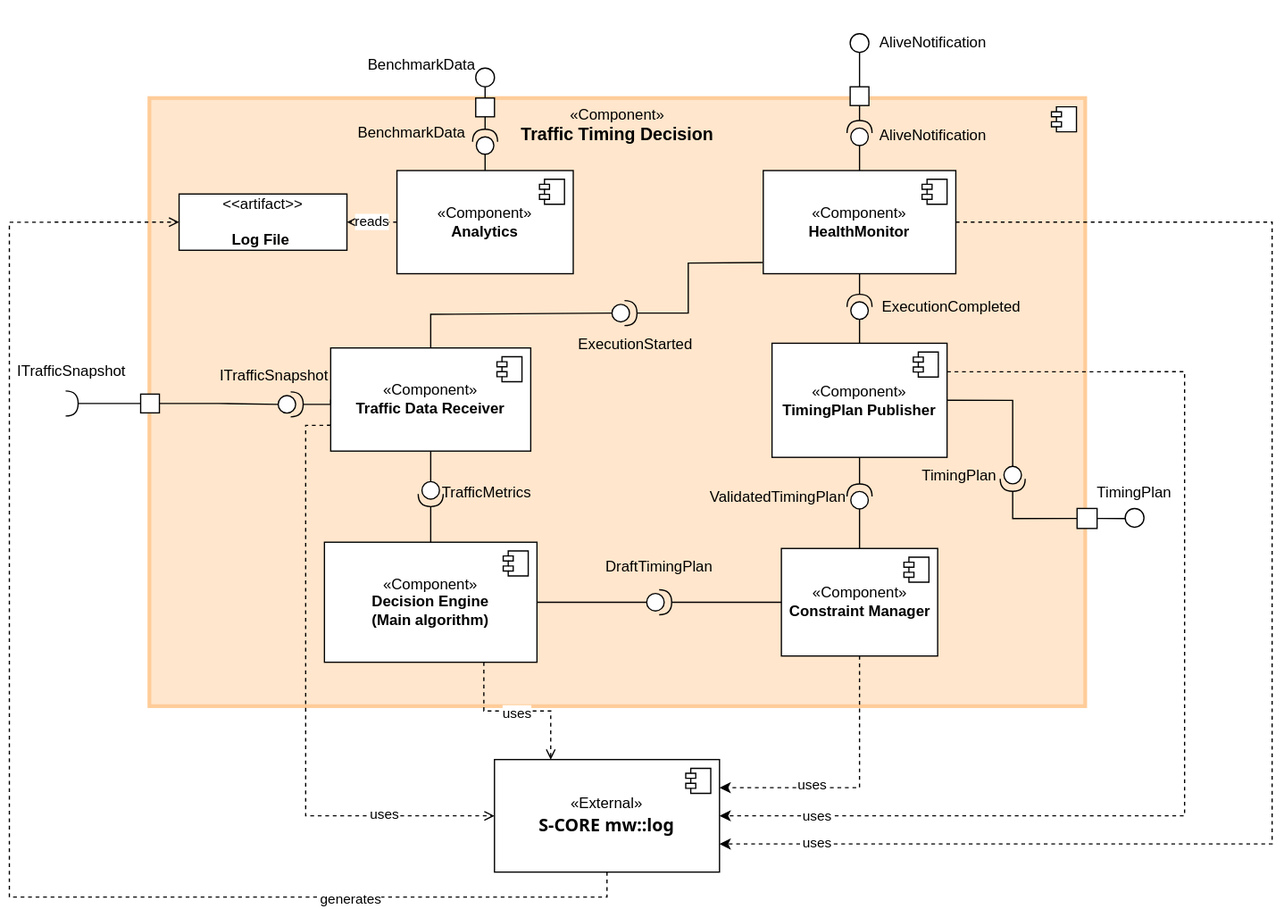
Above: docs/04_design/Component Diagrams/Traffic Timing Decision-Page-2.drawio.svg in PhamTranDucHanh/adaptive_traffic_light (draw.io), before the change. Source tidied: cells renumbered, new cells last; positions are measured from the earlier drawing's top-left corner, leaving out a move shared by most shapes.
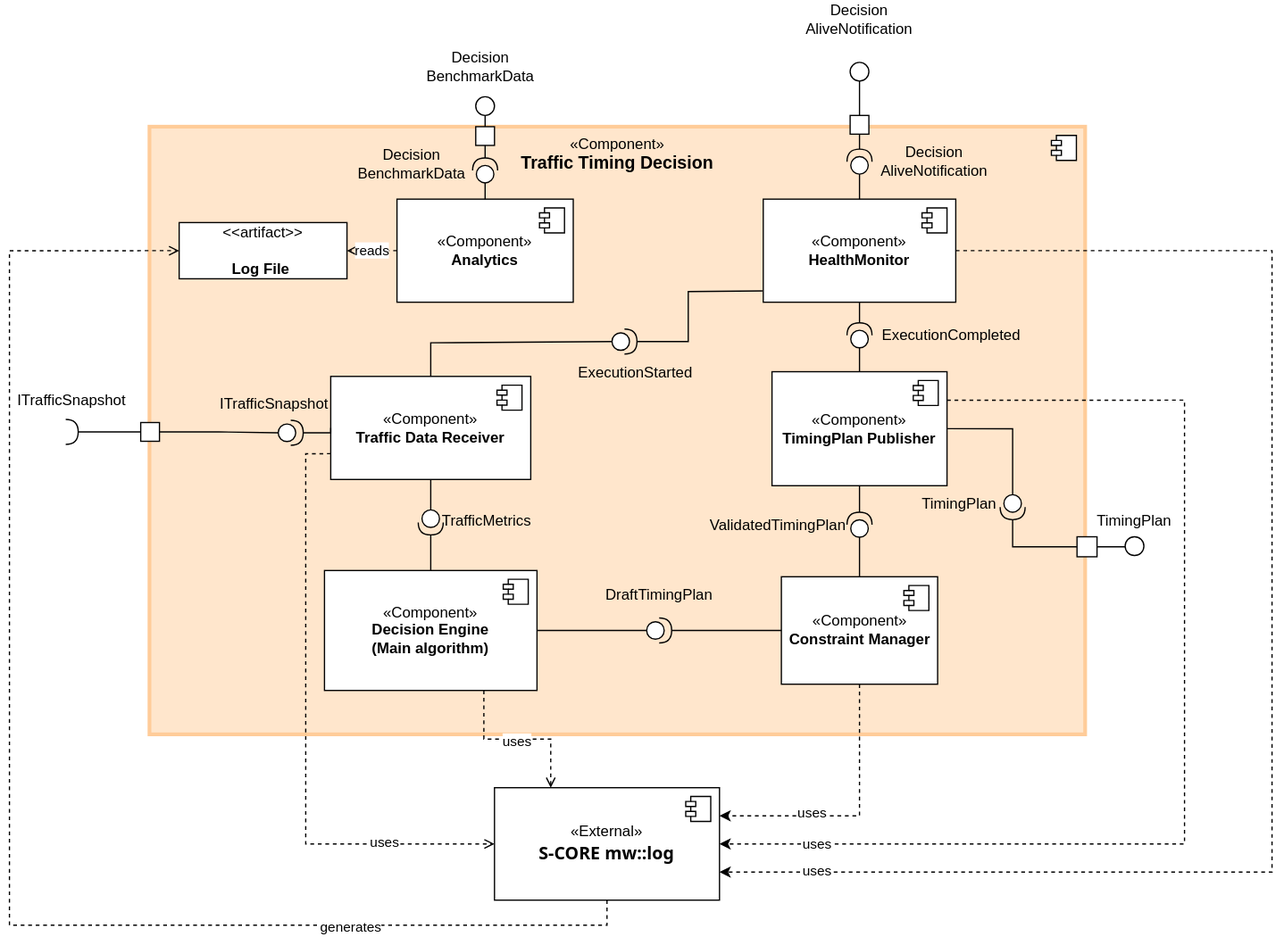
Above is the later version.

Diff of the diagram source:
```diff
@@ -164,9 +164,6 @@
     <mxCell id="50" style="group;rotation=-1;" parent="1" vertex="1">
       <mxGeometry x="677" y="17.9" width="103" height="31" as="geometry" />
     </mxCell>
-    <mxCell id="51" value="&lt;span style=&quot;white-space: nowrap;&quot;&gt;AliveNotification&lt;/span&gt;" style="text;html=1;whiteSpace=wrap;strokeColor=none;fillColor=none;align=center;verticalAlign=middle;rounded=0;" parent="50" vertex="1">
-      <mxGeometry x="32" y="1" width="60" height="30" as="geometry" />
-    </mxCell>
     <mxCell id="52" style="group;" parent="50" vertex="1">
       <mxGeometry x="-19" y="-18" width="60" height="42.5" as="geometry" />
     </mxCell>
@@ -266,8 +263,8 @@
     <mxCell id="78" style="endArrow=none;html=1;rounded=0;exitX=0.5;exitY=0;exitDx=0;exitDy=0;entryX=0;entryY=0.5;entryDx=0;entryDy=0;entryPerimeter=0;" parent="1" edge="1" source="57" target="65">
       <mxGeometry relative="1" as="geometry" />
     </mxCell>
-    <mxCell id="79" value="&lt;span style=&quot;white-space: nowrap;&quot;&gt;AliveNotification&lt;/span&gt;" style="text;html=1;whiteSpace=wrap;strokeColor=none;fillColor=none;align=center;verticalAlign=middle;rounded=0;" parent="1" vertex="1">
-      <mxGeometry x="709" y="92.9" width="60" height="30" as="geometry" />
+    <mxCell id="79" value="&lt;span style=&quot;white-space: nowrap;&quot;&gt;Decision&lt;/span&gt;&lt;div&gt;&lt;span style=&quot;white-space: nowrap;&quot;&gt;AliveNotification&lt;/span&gt;&lt;/div&gt;" style="text;html=1;whiteSpace=wrap;strokeColor=none;fillColor=none;align=center;verticalAlign=middle;rounded=0;" parent="1" vertex="1">
+      <mxGeometry x="710" y="90.9" width="60" height="30" as="geometry" />
     </mxCell>
     <mxCell id="80" style="shape=providedRequiredInterface;html=1;verticalLabelPosition=bottom;sketch=0;rotation=-90;" parent="1" vertex="1">
       <mxGeometry x="370.5" y="102.9" width="20" height="20" as="geometry" />
@@ -287,12 +284,9 @@
     <mxCell id="85" style="fontStyle=0;labelPosition=right;verticalLabelPosition=middle;align=left;verticalAlign=middle;spacingLeft=2;" parent="1" vertex="1">
       <mxGeometry x="373" y="77.9" width="15" height="15" as="geometry" />
     </mxCell>
-    <mxCell id="86" value="BenchmarkData" style="text;html=1;whiteSpace=wrap;strokeColor=none;fillColor=none;align=center;verticalAlign=middle;rounded=0;" parent="1" vertex="1">
-      <mxGeometry x="300" y="37" width="60" height="30" as="geometry" />
+    <mxCell id="86" value="Decision&lt;div&gt;BenchmarkData&lt;/div&gt;" style="text;html=1;whiteSpace=wrap;strokeColor=none;fillColor=none;align=center;verticalAlign=middle;rounded=0;" parent="1" vertex="1">
+      <mxGeometry x="347" y="15" width="60" height="30" as="geometry" />
     </mxCell>
-    <mxCell id="87" value="BenchmarkData" style="text;html=1;whiteSpace=wrap;strokeColor=none;fillColor=none;align=center;verticalAlign=middle;rounded=0;" parent="1" vertex="1">
-      <mxGeometry x="292" y="90.9" width="60" height="30" as="geometry" />
-    </mxCell>
     <mxCell id="88" style="edgeStyle=orthogonalEdgeStyle;rounded=0;jettySize=auto;html=1;exitX=0.5;exitY=1;exitDx=0;exitDy=0;entryX=0;entryY=0.5;entryDx=0;entryDy=0;endArrow=open;endFill=0;dashed=1;" parent="1" edge="1" source="90" target="92">
       <mxGeometry relative="1" as="geometry">
         <Array as="points">
@@ -316,5 +310,11 @@
     <mxCell id="92" value="&amp;lt;&amp;lt;artifact&amp;gt;&amp;gt;&lt;br&gt;&lt;br&gt;&lt;b&gt;Log File&amp;nbsp;&lt;/b&gt;" style="html=1;align=center;verticalAlign=middle;dashed=0;whiteSpace=wrap;" parent="1" vertex="1">
       <mxGeometry x="135.8" y="154.6" width="134.2" height="45" as="geometry" />
     </mxCell>
+    <mxCell id="93" value="Decision&lt;div&gt;BenchmarkData&lt;/div&gt;" style="text;html=1;whiteSpace=wrap;strokeColor=none;fillColor=none;align=center;verticalAlign=middle;rounded=0;" parent="1" vertex="1">
+      <mxGeometry x="292" y="92.9" width="60" height="30" as="geometry" />
+    </mxCell>
+    <mxCell id="51" value="&lt;span style=&quot;white-space: nowrap;&quot;&gt;Decision&lt;/span&gt;&lt;div&gt;&lt;span style=&quot;white-space: nowrap;&quot;&gt;AliveNotification&lt;/span&gt;&lt;/div&gt;" style="text;html=1;whiteSpace=wrap;strokeColor=none;fillColor=none;align=center;verticalAlign=middle;rounded=0;" parent="1" vertex="1">
+      <mxGeometry x="650" y="-23" width="60" height="30" as="geometry" />
+    </mxCell>
   </root>
 </mxGraphModel>
```
